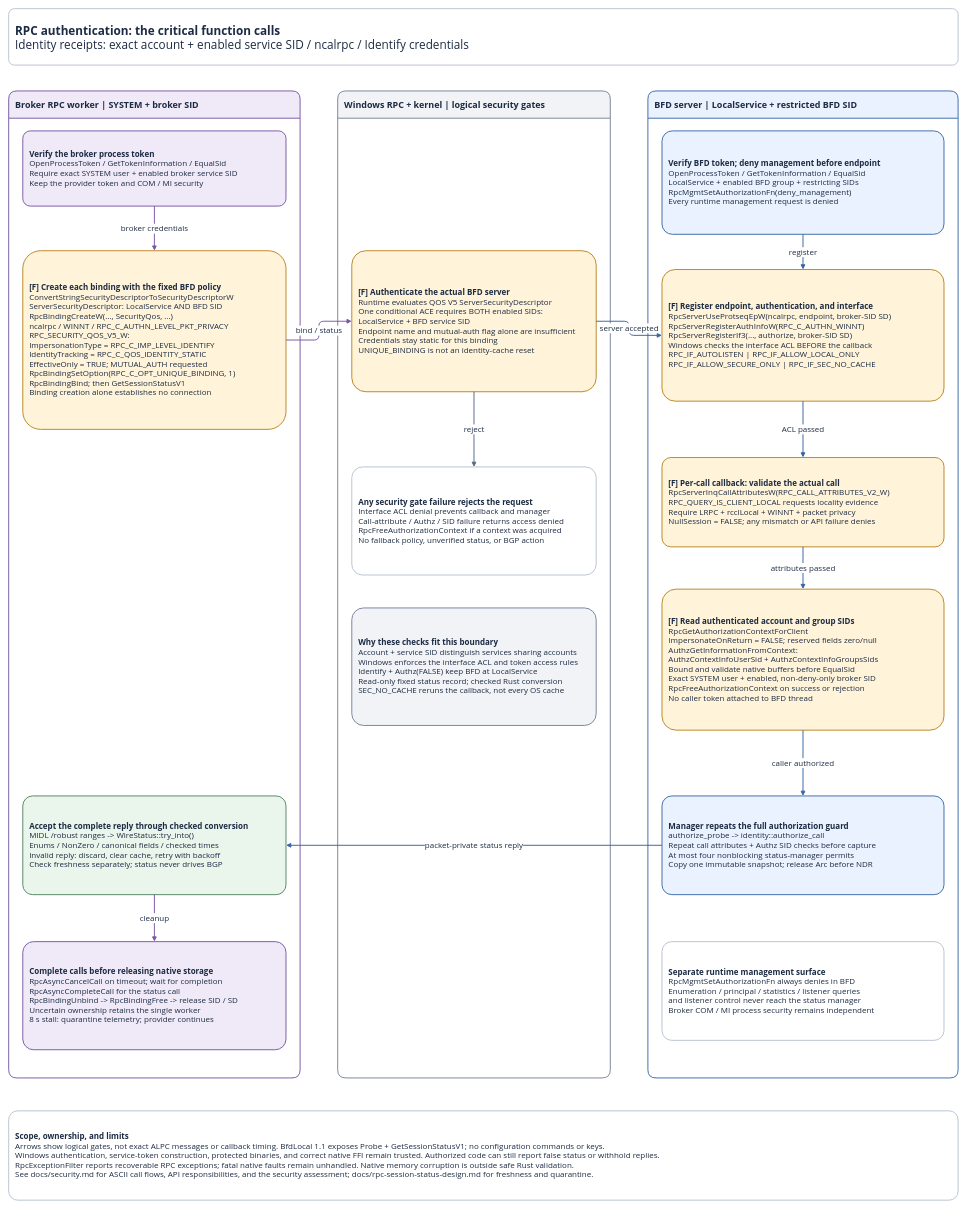
Earlier version of the draw.io diagram page "3 RPC authentication" (3 of 3) of docs/service-communication.drawio (miketheitguy/bfd-winservice). Source tidied: cells renumbered, new cells numbered last; positions are measured from the earlier drawing's top-left corner, leaving out a move shared by most shapes. Both pictures are drawn from the tidied source at 47%, with x=0, y=0 at pixel (8, 8).
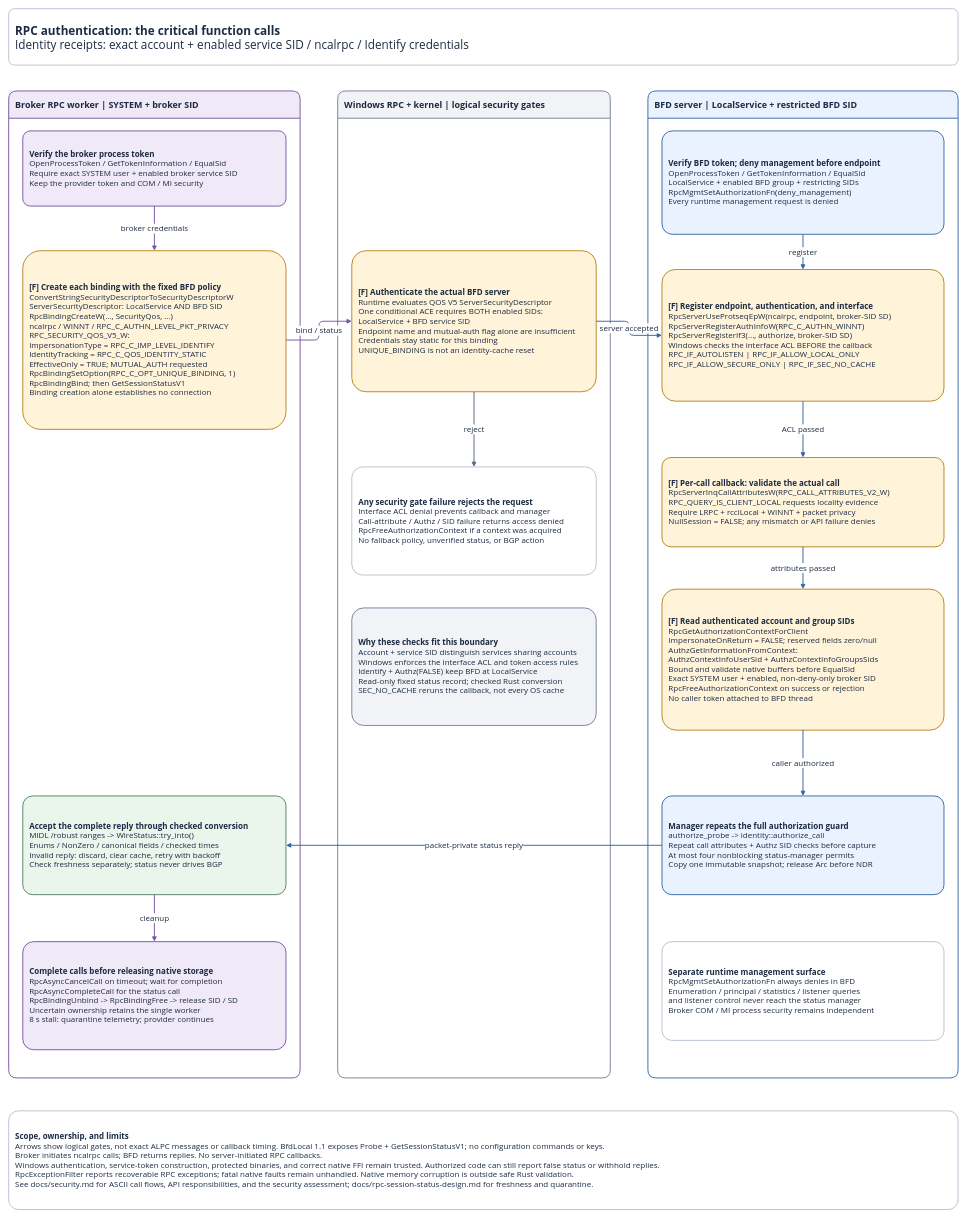
The same page after the edit.

Change to the diagram source:
```diff
@@
-    <mxCell id="29" value="&lt;b&gt;Scope, ownership, and limits&lt;/b&gt;&lt;br&gt;Arrows show logical gates, not exact ALPC messages or callback timing. BfdLocal 1.1 exposes Probe + GetSessionStatusV1; no configuration commands or keys.&lt;br&gt;Windows authentication, service-token construction, protected binaries, and correct native FFI remain trusted. Authorized code can still report false status or withhold replies.&lt;br&gt;RpcExceptionFilter reports recoverable RPC exceptions; fatal native faults remain unhandled. Native memory corruption is outside safe Rust validation.&lt;br&gt;See docs/security.md for ASCII call flows, API responsibilities, and the security assessment; docs/rpc-session-status-design.md for freshness and quarantine." style="rounded=1;arcSize=10;whiteSpace=wrap;html=1;fillColor=#FFFFFF;strokeColor=#B8C2D0;strokeWidth=2;fontFamily=Segoe UI;fontSize=17;fontColor=#1C2B43;spacing=14;align=left;verticalAlign=middle;" parent="1" vertex="1">
-      <mxGeometry y="2345" width="2020" height="190" as="geometry" />
+    <mxCell id="29" value="&lt;b&gt;Scope, ownership, and limits&lt;/b&gt;&lt;br&gt;Arrows show logical gates, not exact ALPC messages or callback timing. BfdLocal 1.1 exposes Probe + GetSessionStatusV1; no configuration commands or keys.&lt;br&gt;Broker initiates ncalrpc calls; BFD returns replies. No server-initiated RPC callbacks.&lt;br&gt;Windows authentication, service-token construction, protected binaries, and correct native FFI remain trusted. Authorized code can still report false status or withhold replies.&lt;br&gt;RpcExceptionFilter reports recoverable RPC exceptions; fatal native faults remain unhandled. Native memory corruption is outside safe Rust validation.&lt;br&gt;See docs/security.md for ASCII call flows, API responsibilities, and the security assessment; docs/rpc-session-status-design.md for freshness and quarantine." style="rounded=1;arcSize=10;whiteSpace=wrap;html=1;fillColor=#FFFFFF;strokeColor=#B8C2D0;strokeWidth=2;fontFamily=Segoe UI;fontSize=17;fontColor=#1C2B43;spacing=14;align=left;verticalAlign=middle;" parent="1" vertex="1">
+      <mxGeometry y="2345" width="2020" height="210" as="geometry" />
     </mxCell>
```
